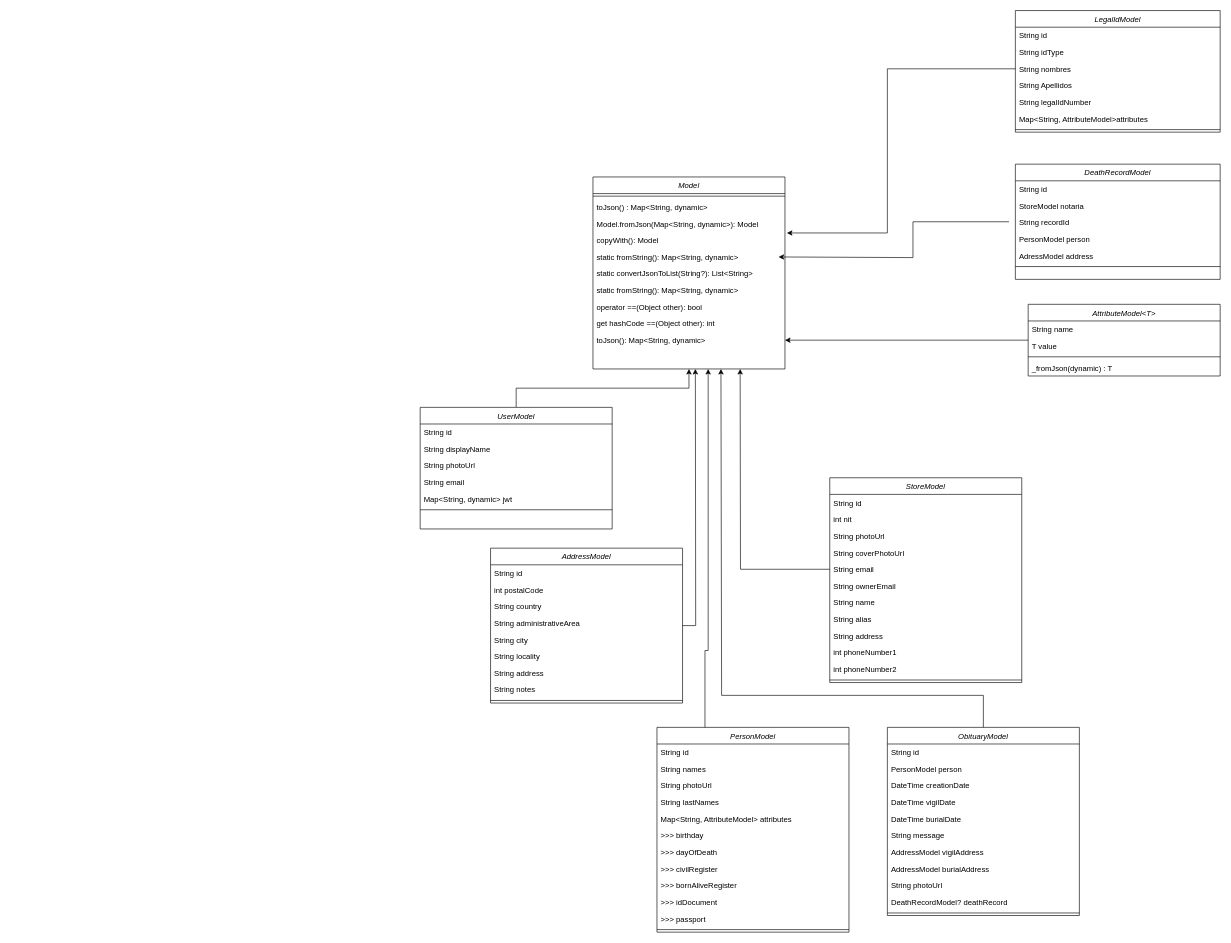
This is uml/uml_diagrams.drawio from grupo-jocaagura/jocaagura_domain, a draw.io file, before an edit. Source tidied: cells renumbered, new cells numbered last; positions are measured from the earlier drawing's top-left corner, leaving out a move shared by most shapes. Both pictures are drawn from the tidied source at 64%, with x=0, y=0 at pixel (420, 10).
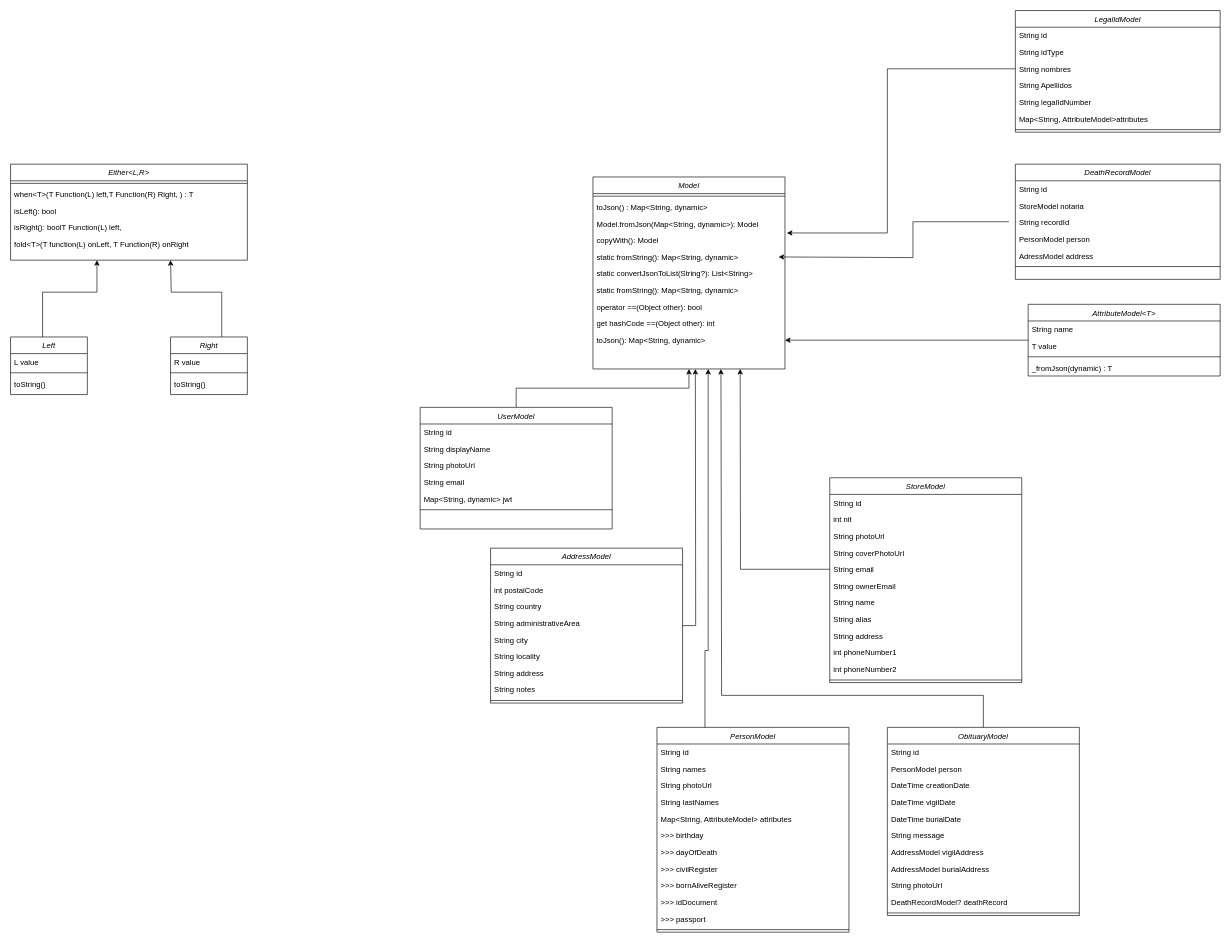
Above is the later version.

Commit message (it also covers changes not shown here):
(feat): add Either class and promote version to production

Change to the diagram source:
```diff
@@
+    <mxCell id="99" style="group;" parent="1" vertex="1">
+      <mxGeometry x="-640" y="240" width="370" height="740" as="geometry" />
+    </mxCell>
+    <mxCell id="100" style="group;" parent="99" vertex="1">
+      <mxGeometry width="370" height="740" as="geometry" />
+    </mxCell>
+    <mxCell id="101" style="edgeStyle=orthogonalEdgeStyle;rounded=0;orthogonalLoop=1;jettySize=auto;html=1;exitX=0.25;exitY=0;exitDx=0;exitDy=0;" parent="100" edge="1">
+      <mxGeometry relative="1" as="geometry">
+        <mxPoint x="222" y="300" as="targetPoint" />
+        <Array as="points">
+          <mxPoint x="222" y="740" />
+        </Array>
+      </mxGeometry>
+    </mxCell>
+    <mxCell id="102" style="group;" parent="100" vertex="1">
+      <mxGeometry width="370" height="360" as="geometry" />
+    </mxCell>
+    <mxCell id="103" value="Either&lt;L,R&gt;" style="swimlane;fontStyle=2;align=center;verticalAlign=top;horizontal=1;startSize=26;rounded=0;shadow=0;strokeWidth=1;" parent="102" vertex="1">
+      <mxGeometry width="370" height="150" as="geometry" />
+    </mxCell>
+    <mxCell id="104" style="line;html=1;strokeWidth=1;align=left;verticalAlign=middle;spacingTop=-1;spacingLeft=3;spacingRight=3;labelPosition=right;" parent="103" vertex="1">
+      <mxGeometry y="26" width="370" height="8" as="geometry" />
+    </mxCell>
+    <mxCell id="105" value="when&lt;T&gt;(T Function(L) left,T Function(R) Right, ) : T" style="text;align=left;verticalAlign=top;spacingLeft=4;spacingRight=4;overflow=hidden;" parent="103" vertex="1">
+      <mxGeometry y="34" width="370" height="26" as="geometry" />
+    </mxCell>
+    <mxCell id="106" value="isLeft(): bool" style="text;align=left;verticalAlign=top;spacingLeft=4;spacingRight=4;overflow=hidden;" parent="103" vertex="1">
+      <mxGeometry y="60" width="370" height="26" as="geometry" />
+    </mxCell>
+    <mxCell id="107" value="isRight(): boolT Function(L) left, " style="text;align=left;verticalAlign=top;spacingLeft=4;spacingRight=4;overflow=hidden;" parent="103" vertex="1">
+      <mxGeometry y="86" width="370" height="26" as="geometry" />
+    </mxCell>
+    <mxCell id="108" value="fold&lt;T&gt;(T function(L) onLeft, T Function(R) onRight" style="text;align=left;verticalAlign=top;spacingLeft=4;spacingRight=4;overflow=hidden;" parent="103" vertex="1">
+      <mxGeometry y="112" width="370" height="26" as="geometry" />
+    </mxCell>
+    <mxCell id="109" style="edgeStyle=orthogonalEdgeStyle;rounded=0;orthogonalLoop=1;jettySize=auto;html=1;" parent="102" edge="1">
+      <mxGeometry relative="1" as="geometry">
+        <mxPoint x="197.3" y="300" as="targetPoint" />
+      </mxGeometry>
+    </mxCell>
+    <mxCell id="110" style="edgeStyle=orthogonalEdgeStyle;rounded=0;jettySize=auto;html=1;" parent="102" edge="1" source="111">
+      <mxGeometry relative="1" as="geometry">
+        <mxPoint x="135" y="150" as="targetPoint" />
+        <Array as="points">
+          <mxPoint x="50" y="200" />
+          <mxPoint x="135" y="200" />
+        </Array>
+      </mxGeometry>
+    </mxCell>
+    <mxCell id="111" value="Left" style="swimlane;fontStyle=2;align=center;verticalAlign=top;horizontal=1;startSize=26;rounded=0;shadow=0;strokeWidth=1;" parent="102" vertex="1">
+      <mxGeometry y="270" width="120" height="90" as="geometry" />
+    </mxCell>
+    <mxCell id="112" value="L value" style="text;align=left;verticalAlign=top;spacingLeft=4;spacingRight=4;overflow=hidden;" parent="111" vertex="1">
+      <mxGeometry y="26" width="120" height="26" as="geometry" />
+    </mxCell>
+    <mxCell id="113" style="line;html=1;strokeWidth=1;align=left;verticalAlign=middle;spacingTop=-1;spacingLeft=3;spacingRight=3;labelPosition=right;" parent="111" vertex="1">
+      <mxGeometry y="52" width="120" height="8" as="geometry" />
+    </mxCell>
+    <mxCell id="114" value="toString()" style="text;align=left;verticalAlign=top;spacingLeft=4;spacingRight=4;overflow=hidden;" parent="111" vertex="1">
+      <mxGeometry y="60" width="120" height="26" as="geometry" />
+    </mxCell>
+    <mxCell id="115" style="edgeStyle=orthogonalEdgeStyle;rounded=0;jettySize=auto;html=1;" parent="102" edge="1" source="116">
+      <mxGeometry relative="1" as="geometry">
+        <mxPoint x="250" y="150" as="targetPoint" />
+        <Array as="points">
+          <mxPoint x="330" y="200" />
+          <mxPoint x="251" y="200" />
+          <mxPoint x="251" y="150" />
+        </Array>
+      </mxGeometry>
+    </mxCell>
+    <mxCell id="116" value="Right" style="swimlane;fontStyle=2;align=center;verticalAlign=top;horizontal=1;startSize=26;rounded=0;shadow=0;strokeWidth=1;" parent="102" vertex="1">
+      <mxGeometry x="250" y="270" width="120" height="90" as="geometry" />
+    </mxCell>
+    <mxCell id="117" value="R value" style="text;align=left;verticalAlign=top;spacingLeft=4;spacingRight=4;overflow=hidden;" parent="116" vertex="1">
+      <mxGeometry y="26" width="120" height="26" as="geometry" />
+    </mxCell>
+    <mxCell id="118" style="line;html=1;strokeWidth=1;align=left;verticalAlign=middle;spacingTop=-1;spacingLeft=3;spacingRight=3;labelPosition=right;" parent="116" vertex="1">
+      <mxGeometry y="52" width="120" height="8" as="geometry" />
+    </mxCell>
+    <mxCell id="119" value="toString()" style="text;align=left;verticalAlign=top;spacingLeft=4;spacingRight=4;overflow=hidden;" parent="116" vertex="1">
+      <mxGeometry y="60" width="120" height="26" as="geometry" />
+    </mxCell>
```
